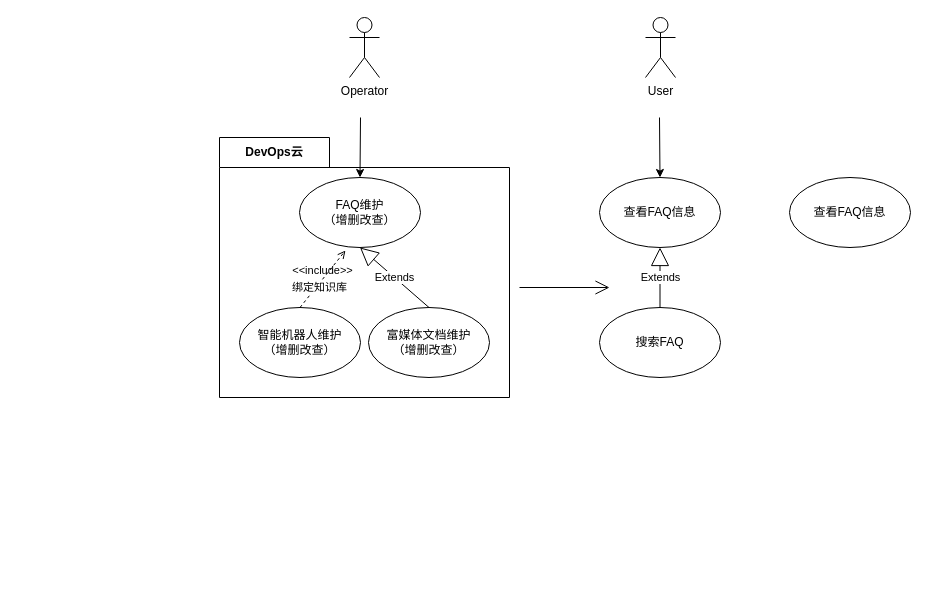
Earlier version of the draw.io diagram 宇视云App之FAQ用例视图.drawio (HuaHero/OnLineFaq). Source tidied: cells renumbered, new cells numbered last; positions are measured from the earlier drawing's top-left corner, leaving out a move shared by most shapes. Both pictures are drawn from the tidied source at 100%, with x=0, y=0 at pixel (219, 17).
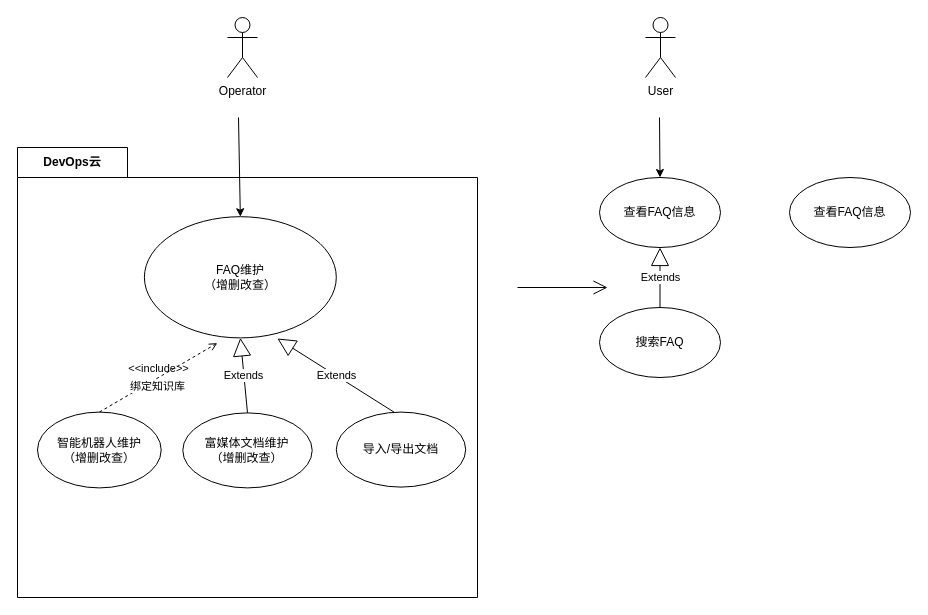
The same diagram, later.

Commit message:
更新宇视云App之FAQ用例视图.drawio

The edit, as a diff of the source:
```diff
@@
     <mxCell id="2" value="DevOps云" style="shape=folder;fontStyle=1;tabWidth=110;tabHeight=30;tabPosition=left;html=1;boundedLbl=1;labelInHeader=1;whiteSpace=wrap;" parent="1" vertex="1">
-      <mxGeometry y="120" width="290" height="260" as="geometry" />
+      <mxGeometry x="-202" y="130" width="460" height="450" as="geometry" />
     </mxCell>
     <mxCell id="3" style="html=1;strokeColor=none;fillColor=none;whiteSpace=wrap;" parent="2" vertex="1">
-      <mxGeometry width="290" height="182" relative="1" as="geometry">
+      <mxGeometry width="460" height="315" relative="1" as="geometry">
         <mxPoint y="30" as="offset" />
       </mxGeometry>
     </mxCell>
     <mxCell id="4" value="智能机器人维护&lt;div&gt;（增删改查）&lt;/div&gt;" style="ellipse;whiteSpace=wrap;html=1;" parent="2" vertex="1">
-      <mxGeometry x="20" y="170" width="121" height="70" as="geometry" />
+      <mxGeometry x="20" y="264.6" width="123.7" height="75.8" as="geometry" />
     </mxCell>
     <mxCell id="5" value="FAQ维护&lt;div&gt;（增删改查）&lt;/div&gt;" style="ellipse;whiteSpace=wrap;html=1;" parent="2" vertex="1">
-      <mxGeometry x="80" y="40" width="121" height="70" as="geometry" />
+      <mxGeometry x="126.9" y="69.2" width="191.9" height="121.2" as="geometry" />
     </mxCell>
@@
-    <mxCell id="8" value="Operator" style="shape=umlActor;verticalLabelPosition=bottom;verticalAlign=top;html=1;" parent="1" vertex="1">
-      <mxGeometry x="130" width="30" height="60" as="geometry" />
-    </mxCell>
-    <mxCell id="9" value="富媒体文档维护&lt;div&gt;（增删改查）&lt;/div&gt;" style="ellipse;whiteSpace=wrap;html=1;" parent="1" vertex="1">
-      <mxGeometry x="149" y="290" width="121" height="70" as="geometry" />
+    <mxCell id="9" value="富媒体文档维护&lt;div&gt;（增删改查）&lt;/div&gt;" style="ellipse;whiteSpace=wrap;html=1;" parent="2" vertex="1">
+      <mxGeometry x="165.3" y="265.4" width="129.4" height="75" as="geometry" />
     </mxCell>
-    <mxCell id="10" value="Extends" style="endArrow=block;endSize=16;endFill=0;html=1;rounded=0;entryX=0.5;entryY=1;entryDx=0;entryDy=0;exitX=0.5;exitY=0;exitDx=0;exitDy=0;" parent="1" edge="1" source="9" target="5">
+    <mxCell id="10" value="Extends" style="endArrow=block;endSize=16;endFill=0;html=1;rounded=0;entryX=0.5;entryY=1;entryDx=0;entryDy=0;exitX=0.5;exitY=0;exitDx=0;exitDy=0;" parent="2" edge="1" source="9" target="5">
       <mxGeometry relative="1" as="geometry" />
     </mxCell>
+    <mxCell id="19" value="导入/导出文档" style="ellipse;whiteSpace=wrap;html=1;" parent="2" vertex="1">
+      <mxGeometry x="318.8" y="264.6" width="129.4" height="75" as="geometry" />
+    </mxCell>
+    <mxCell id="20" value="Extends" style="endArrow=block;endSize=16;endFill=0;html=1;rounded=0;entryX=0.693;entryY=1.005;entryDx=0;entryDy=0;exitX=0.5;exitY=0;exitDx=0;exitDy=0;entryPerimeter=0;" parent="2" edge="1" target="5">
+      <mxGeometry relative="1" as="geometry">
+        <mxPoint x="377.1" y="265" as="sourcePoint" />
+      </mxGeometry>
+    </mxCell>
+    <mxCell id="8" value="Operator" style="shape=umlActor;verticalLabelPosition=bottom;verticalAlign=top;html=1;" parent="1" vertex="1">
+      <mxGeometry x="8" width="30" height="60" as="geometry" />
+    </mxCell>
     <mxCell id="11" style="endArrow=classic;html=1;rounded=0;entryX=0.5;entryY=0;entryDx=0;entryDy=0;" parent="1" edge="1" target="5">
       <mxGeometry relative="1" as="geometry">
-        <mxPoint x="141" y="100" as="sourcePoint" />
+        <mxPoint x="19" y="100" as="sourcePoint" />
       </mxGeometry>
     </mxCell>
@@
     <mxCell id="18" style="endArrow=open;endFill=1;endSize=12;html=1;rounded=0;" parent="1" edge="1">
       <mxGeometry relative="1" as="geometry">
-        <mxPoint x="300" y="270" as="sourcePoint" />
-        <mxPoint x="390" y="270" as="targetPoint" />
+        <mxPoint x="298" y="270" as="sourcePoint" />
+        <mxPoint x="388" y="270" as="targetPoint" />
       </mxGeometry>
     </mxCell>
```
